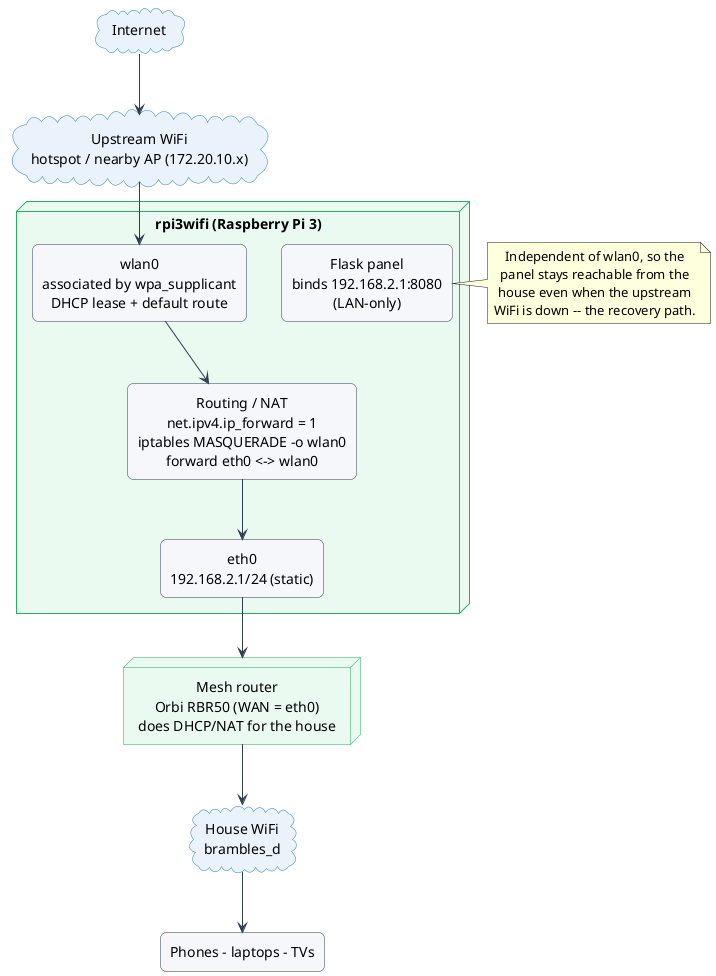
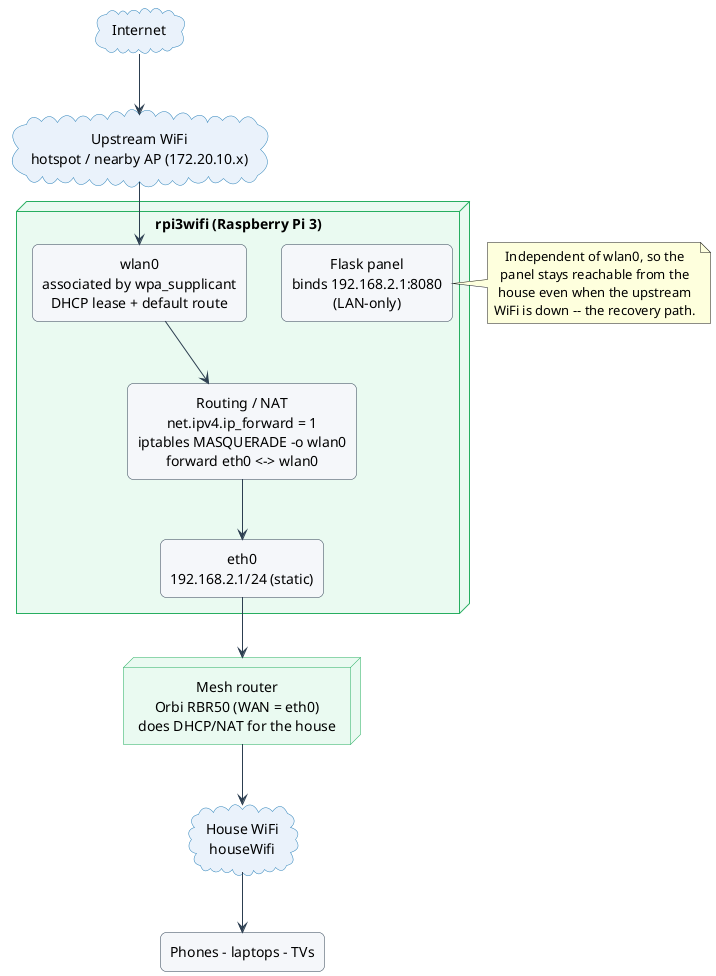
@startuml
' Source of truth for the ARCHITECTURE.md routed-NAT-bridge diagram.
' Render: curl -sS -X POST -H "Content-Type: text/plain" \
'   --data-binary @architecture-topology.puml https://kroki.io/plantuml/png -o architecture-topology.png
skinparam backgroundColor transparent
skinparam shadowing false
skinparam defaultTextAlignment center
skinparam ArrowColor #2c3e50
skinparam rectangle {
  RoundCorner 12
  BorderColor #2c3e50
  BackgroundColor #f5f7fa
}
skinparam cloud {
  BorderColor #2980b9
  BackgroundColor #eaf2fb
}
skinparam node {
  BorderColor #27ae60
  BackgroundColor #eafaf1
}

cloud "Internet" as inet
cloud "Upstream WiFi\nhotspot / nearby AP (172.20.10.x)" as up

node "rpi3wifi (Raspberry Pi 3)" as pi {
  rectangle "wlan0\nassociated by wpa_supplicant\nDHCP lease + default route" as wlan0
  rectangle "Routing / NAT\nnet.ipv4.ip_forward = 1\niptables MASQUERADE -o wlan0\nforward eth0 <-> wlan0" as nat
  rectangle "Flask panel\nbinds 192.168.2.1:8080\n(LAN-only)" as panel
  rectangle "eth0\n192.168.2.1/24 (static)" as eth0
}

node "Mesh router\nOrbi RBR50 (WAN = eth0)\ndoes DHCP/NAT for the house" as orbi
- cloud "House WiFi\nbrambles_d" as house
+ cloud "House WiFi\nhouseWifi" as house
rectangle "Phones - laptops - TVs" as devices

inet --> up
up --> wlan0
wlan0 --> nat
nat --> eth0
panel -[hidden]- nat
eth0 --> orbi
orbi --> house
house --> devices

note right of panel
  Independent of wlan0, so the
  panel stays reachable from the
  house even when the upstream
  WiFi is down -- the recovery path.
end note
@enduml
